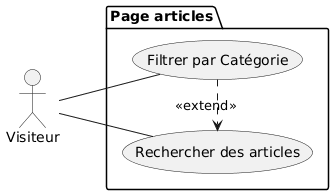
BENYEKHLEF-Anouar/blog-personal-repository keeps this PlantUML diagram as images/search-us.png. Above is the earlier version.
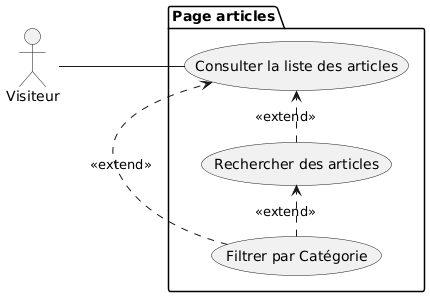
The same diagram one commit later.

Commit message:
feat: add search-us image asset

Diff of the diagram source:
```diff
@@ -1,11 +1,18 @@
 @startuml
 left to right direction
+
 actor "Visiteur" as Guest
+
 package "Page articles" {
-usecase "Rechercher des articles" as UC_Search
-usecase "Filtrer par Catégorie" as UC_Filter
+
+  usecase "Consulter la liste des articles" as UC_List
+  usecase "Rechercher des articles" as UC_Search
+  usecase "Filtrer par Catégorie" as UC_Filter
 }
-Guest -- UC_Search
-Guest -- UC_Filter
+
+Guest -- UC_List
+
+UC_Search .> UC_List : <<extend>>
+UC_Filter .> UC_List : <<extend>>
 UC_Filter .> UC_Search : <<extend>>
 @enduml
```
